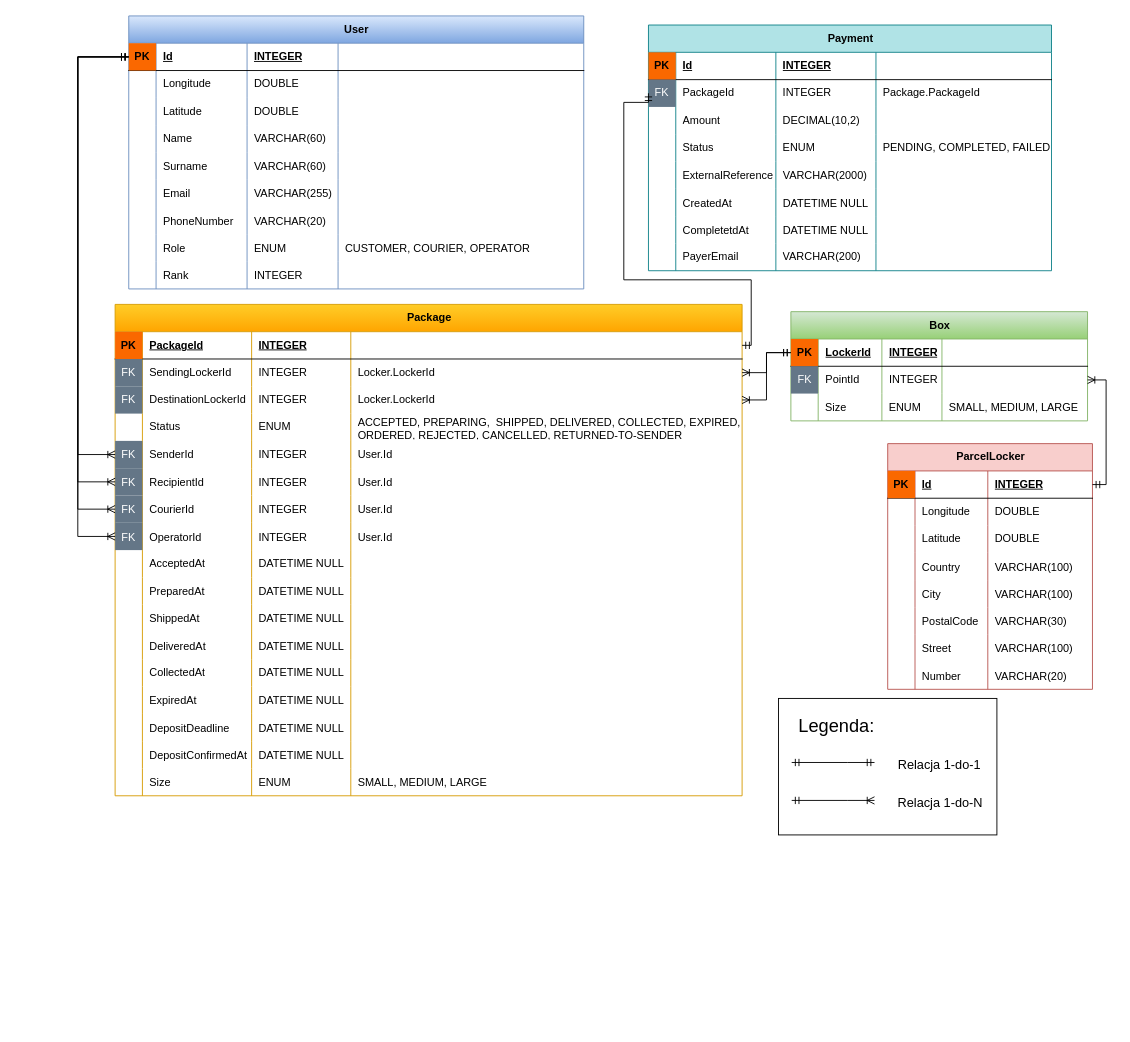
The draw.io diagram krzycha/docs/IO - diagram ER.drawio.xml in AGH-ISI-projects/package-management, before the edit. Source tidied: cells renumbered, new cells numbered last; positions are measured from the earlier drawing's top-left corner, leaving out a move shared by most shapes. Both pictures are drawn from the tidied source at 91%, with x=0, y=0 at pixel (77, 15).
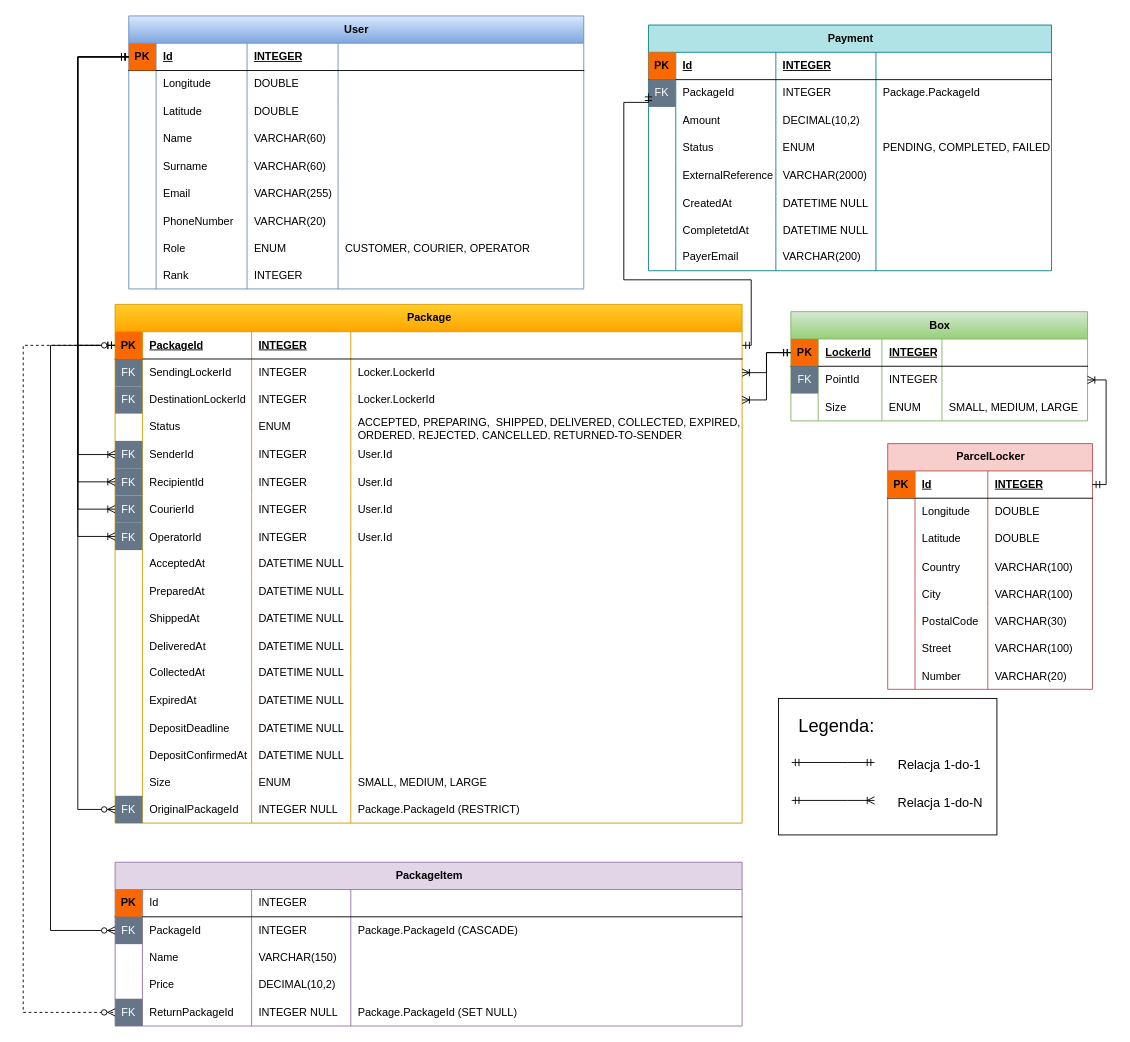
The same page after the edit.

Commit message (it also covers changes not shown here):
Add extended ER diagram (Draw.io and PlantUML) with PackageItem and returns relations

The change refers to these unchanged cells:
```xml
<mxCell id="19" style="shape=tableRow;horizontal=0;startSize=0;swimlaneHead=0;swimlaneBody=0;fillColor=none;points=[[0,0.5],[1,0.5]];portConstraint=eastwest;top=0;left=0;right=0;bottom=1;" parent="18" vertex="1">
  <mxGeometry y="30" width="689" height="30" as="geometry" />
</mxCell>
```

What changed in the source:
```diff
@@
     <mxCell id="18" value="Package" style="shape=table;startSize=30;childLayout=tableLayout;rowLines=0;fontStyle=1;align=center;html=1;swimlaneFillColor=default;fillColor=#ffcd28;strokeColor=#d79b00;gradientColor=#ffa500;" parent="1" vertex="1">
-      <mxGeometry x="41" y="317" width="689" height="540" as="geometry" />
+      <mxGeometry x="41" y="317" width="689" height="570" as="geometry" />
     </mxCell>
@@
+    <mxCell id="239" style="shape=tableRow;horizontal=0;startSize=0;swimlaneHead=0;swimlaneBody=0;fillColor=none;points=[[0,0.5],[1,0.5]];portConstraint=eastwest;top=0;left=0;right=0;bottom=0;" parent="18" vertex="1">
+      <mxGeometry y="540" width="689" height="30" as="geometry" />
+    </mxCell>
+    <mxCell id="240" value="FK" style="shape=partialRectangle;fillColor=#647687;top=0;left=0;bottom=0;right=0;overflow=hidden;whiteSpace=wrap;html=1;fontColor=#ffffff;strokeColor=#314354;" parent="239" vertex="1">
+      <mxGeometry width="30" height="30" as="geometry" />
+    </mxCell>
+    <mxCell id="241" value="OriginalPackageId" style="shape=partialRectangle;fillColor=none;top=0;left=0;bottom=0;right=0;align=left;spacingLeft=6;overflow=hidden;whiteSpace=wrap;html=1;" parent="239" vertex="1">
+      <mxGeometry x="30" width="120" height="30" as="geometry" />
+    </mxCell>
+    <mxCell id="242" value="INTEGER NULL" style="shape=partialRectangle;fillColor=none;top=0;left=0;bottom=0;right=0;align=left;spacingLeft=6;overflow=hidden;whiteSpace=wrap;html=1;" parent="239" vertex="1">
+      <mxGeometry x="150" width="109" height="30" as="geometry" />
+    </mxCell>
+    <mxCell id="243" value="Package.PackageId (RESTRICT)" style="shape=partialRectangle;fillColor=none;top=0;left=0;bottom=0;right=0;align=left;spacingLeft=6;overflow=hidden;whiteSpace=wrap;html=1;" parent="239" vertex="1">
+      <mxGeometry x="259" width="430" height="30" as="geometry" />
+    </mxCell>
+    <mxCell id="244" value="PackageItem" style="shape=table;startSize=30;childLayout=tableLayout;rowLines=0;fontStyle=1;align=center;html=1;swimlaneFillColor=default;fillColor=#e1d5e7;strokeColor=#9673a6;gradientColor=none;" parent="1" vertex="1">
+      <mxGeometry x="41" y="930" width="689" height="180" as="geometry" />
+    </mxCell>
+    <mxCell id="245" style="shape=tableRow;horizontal=0;startSize=0;swimlaneHead=0;swimlaneBody=0;fillColor=none;top=0;left=0;right=0;bottom=1;" parent="244" vertex="1">
+      <mxGeometry y="30" width="689" height="30" as="geometry" />
+    </mxCell>
+    <mxCell id="246" value="PK" style="shape=partialRectangle;fillColor=#fa6800;top=0;left=0;bottom=0;right=0;fontStyle=1;overflow=hidden;whiteSpace=wrap;html=1;strokeColor=#C73500;fontColor=#000000;" parent="245" vertex="1">
+      <mxGeometry width="30" height="30" as="geometry" />
+    </mxCell>
+    <mxCell id="247" value="Id" style="shape=partialRectangle;fillColor=none;top=0;left=0;bottom=0;right=0;align=left;spacingLeft=6;overflow=hidden;whiteSpace=wrap;html=1;" parent="245" vertex="1">
+      <mxGeometry x="30" width="120" height="30" as="geometry" />
+    </mxCell>
+    <mxCell id="248" value="INTEGER" style="shape=partialRectangle;fillColor=none;top=0;left=0;bottom=0;right=0;align=left;spacingLeft=6;overflow=hidden;whiteSpace=wrap;html=1;" parent="245" vertex="1">
+      <mxGeometry x="150" width="109" height="30" as="geometry" />
+    </mxCell>
+    <mxCell id="249" style="shape=partialRectangle;fillColor=none;top=0;left=0;bottom=0;right=0;align=left;spacingLeft=6;overflow=hidden;whiteSpace=wrap;html=1;" parent="245" vertex="1">
+      <mxGeometry x="259" width="430" height="30" as="geometry" />
+    </mxCell>
+    <mxCell id="250" style="shape=tableRow;horizontal=0;startSize=0;swimlaneHead=0;swimlaneBody=0;fillColor=none;points=[[0,0.5],[1,0.5]];portConstraint=eastwest;top=0;left=0;right=0;bottom=0;" parent="244" vertex="1">
+      <mxGeometry y="60" width="689" height="30" as="geometry" />
+    </mxCell>
+    <mxCell id="251" value="FK" style="shape=partialRectangle;fillColor=#647687;top=0;left=0;bottom=0;right=0;overflow=hidden;whiteSpace=wrap;html=1;fontColor=#ffffff;strokeColor=#314354;" parent="250" vertex="1">
+      <mxGeometry width="30" height="30" as="geometry" />
+    </mxCell>
+    <mxCell id="252" value="PackageId" style="shape=partialRectangle;fillColor=none;top=0;left=0;bottom=0;right=0;align=left;spacingLeft=6;overflow=hidden;whiteSpace=wrap;html=1;" parent="250" vertex="1">
+      <mxGeometry x="30" width="120" height="30" as="geometry" />
+    </mxCell>
+    <mxCell id="253" value="INTEGER" style="shape=partialRectangle;fillColor=none;top=0;left=0;bottom=0;right=0;align=left;spacingLeft=6;overflow=hidden;whiteSpace=wrap;html=1;" parent="250" vertex="1">
+      <mxGeometry x="150" width="109" height="30" as="geometry" />
+    </mxCell>
+    <mxCell id="254" value="Package.PackageId (CASCADE)" style="shape=partialRectangle;fillColor=none;top=0;left=0;bottom=0;right=0;align=left;spacingLeft=6;overflow=hidden;whiteSpace=wrap;html=1;" parent="250" vertex="1">
+      <mxGeometry x="259" width="430" height="30" as="geometry" />
+    </mxCell>
+    <mxCell id="255" style="shape=tableRow;horizontal=0;startSize=0;swimlaneHead=0;swimlaneBody=0;fillColor=none;top=0;left=0;right=0;bottom=0;" parent="244" vertex="1">
+      <mxGeometry y="90" width="689" height="30" as="geometry" />
+    </mxCell>
+    <mxCell id="256" style="shape=partialRectangle;fillColor=none;top=0;left=0;bottom=0;right=0;overflow=hidden;" parent="255" vertex="1">
+      <mxGeometry width="30" height="30" as="geometry" />
+    </mxCell>
+    <mxCell id="257" value="Name" style="shape=partialRectangle;fillColor=none;top=0;left=0;bottom=0;right=0;align=left;spacingLeft=6;overflow=hidden;whiteSpace=wrap;html=1;" parent="255" vertex="1">
+      <mxGeometry x="30" width="120" height="30" as="geometry" />
+    </mxCell>
+    <mxCell id="258" value="VARCHAR(150)" style="shape=partialRectangle;fillColor=none;top=0;left=0;bottom=0;right=0;align=left;spacingLeft=6;overflow=hidden;whiteSpace=wrap;html=1;" parent="255" vertex="1">
+      <mxGeometry x="150" width="109" height="30" as="geometry" />
+    </mxCell>
+    <mxCell id="259" style="shape=partialRectangle;fillColor=none;top=0;left=0;bottom=0;right=0;align=left;spacingLeft=6;overflow=hidden;whiteSpace=wrap;html=1;" parent="255" vertex="1">
+      <mxGeometry x="259" width="430" height="30" as="geometry" />
+    </mxCell>
+    <mxCell id="260" style="shape=tableRow;horizontal=0;startSize=0;swimlaneHead=0;swimlaneBody=0;fillColor=none;top=0;left=0;right=0;bottom=0;" parent="244" vertex="1">
+      <mxGeometry y="120" width="689" height="30" as="geometry" />
+    </mxCell>
+    <mxCell id="261" style="shape=partialRectangle;fillColor=none;top=0;left=0;bottom=0;right=0;overflow=hidden;" parent="260" vertex="1">
+      <mxGeometry width="30" height="30" as="geometry" />
+    </mxCell>
+    <mxCell id="262" value="Price" style="shape=partialRectangle;fillColor=none;top=0;left=0;bottom=0;right=0;align=left;spacingLeft=6;overflow=hidden;whiteSpace=wrap;html=1;" parent="260" vertex="1">
+      <mxGeometry x="30" width="120" height="30" as="geometry" />
+    </mxCell>
+    <mxCell id="263" value="DECIMAL(10,2)" style="shape=partialRectangle;fillColor=none;top=0;left=0;bottom=0;right=0;align=left;spacingLeft=6;overflow=hidden;whiteSpace=wrap;html=1;" parent="260" vertex="1">
+      <mxGeometry x="150" width="109" height="30" as="geometry" />
+    </mxCell>
+    <mxCell id="264" style="shape=partialRectangle;fillColor=none;top=0;left=0;bottom=0;right=0;align=left;spacingLeft=6;overflow=hidden;whiteSpace=wrap;html=1;" parent="260" vertex="1">
+      <mxGeometry x="259" width="430" height="30" as="geometry" />
+    </mxCell>
+    <mxCell id="265" style="shape=tableRow;horizontal=0;startSize=0;swimlaneHead=0;swimlaneBody=0;fillColor=none;points=[[0,0.5],[1,0.5]];portConstraint=eastwest;top=0;left=0;right=0;bottom=0;" parent="244" vertex="1">
+      <mxGeometry y="150" width="689" height="30" as="geometry" />
+    </mxCell>
+    <mxCell id="266" value="FK" style="shape=partialRectangle;fillColor=#647687;top=0;left=0;bottom=0;right=0;overflow=hidden;whiteSpace=wrap;html=1;fontColor=#ffffff;strokeColor=#314354;" parent="265" vertex="1">
+      <mxGeometry width="30" height="30" as="geometry" />
+    </mxCell>
+    <mxCell id="267" value="ReturnPackageId" style="shape=partialRectangle;fillColor=none;top=0;left=0;bottom=0;right=0;align=left;spacingLeft=6;overflow=hidden;whiteSpace=wrap;html=1;" parent="265" vertex="1">
+      <mxGeometry x="30" width="120" height="30" as="geometry" />
+    </mxCell>
+    <mxCell id="268" value="INTEGER NULL" style="shape=partialRectangle;fillColor=none;top=0;left=0;bottom=0;right=0;align=left;spacingLeft=6;overflow=hidden;whiteSpace=wrap;html=1;" parent="265" vertex="1">
+      <mxGeometry x="150" width="109" height="30" as="geometry" />
+    </mxCell>
+    <mxCell id="269" value="Package.PackageId (SET NULL)" style="shape=partialRectangle;fillColor=none;top=0;left=0;bottom=0;right=0;align=left;spacingLeft=6;overflow=hidden;whiteSpace=wrap;html=1;" parent="265" vertex="1">
+      <mxGeometry x="259" width="430" height="30" as="geometry" />
+    </mxCell>
+    <mxCell id="270" style="edgeStyle=orthogonalEdgeStyle;fontSize=12;html=1;endArrow=ERzeroToMany;startArrow=ERmandOne;rounded=0;exitX=0;exitY=0.5;exitDx=0;exitDy=0;entryX=0;entryY=0.5;entryDx=0;entryDy=0;" parent="1" edge="1" source="19" target="239">
+      <mxGeometry relative="1" as="geometry">
+        <Array as="points">
+          <mxPoint y="362" />
+          <mxPoint y="872" />
+        </Array>
+      </mxGeometry>
+    </mxCell>
+    <mxCell id="271" style="edgeStyle=orthogonalEdgeStyle;fontSize=12;html=1;endArrow=ERzeroToMany;startArrow=ERmandOne;rounded=0;exitX=0;exitY=0.5;exitDx=0;exitDy=0;entryX=0;entryY=0.5;entryDx=0;entryDy=0;" parent="1" edge="1" source="19" target="250">
+      <mxGeometry relative="1" as="geometry">
+        <Array as="points">
+          <mxPoint x="-30" y="362" />
+          <mxPoint x="-30" y="1005" />
+        </Array>
+      </mxGeometry>
+    </mxCell>
+    <mxCell id="272" style="edgeStyle=orthogonalEdgeStyle;fontSize=12;html=1;endArrow=ERzeroToMany;startArrow=ERzeroToOne;rounded=0;dashed=1;exitX=0;exitY=0.5;exitDx=0;exitDy=0;entryX=0;entryY=0.5;entryDx=0;entryDy=0;" parent="1" edge="1" source="19" target="265">
+      <mxGeometry relative="1" as="geometry">
+        <Array as="points">
+          <mxPoint x="-60" y="362" />
+          <mxPoint x="-60" y="1095" />
+        </Array>
+      </mxGeometry>
+    </mxCell>
```
